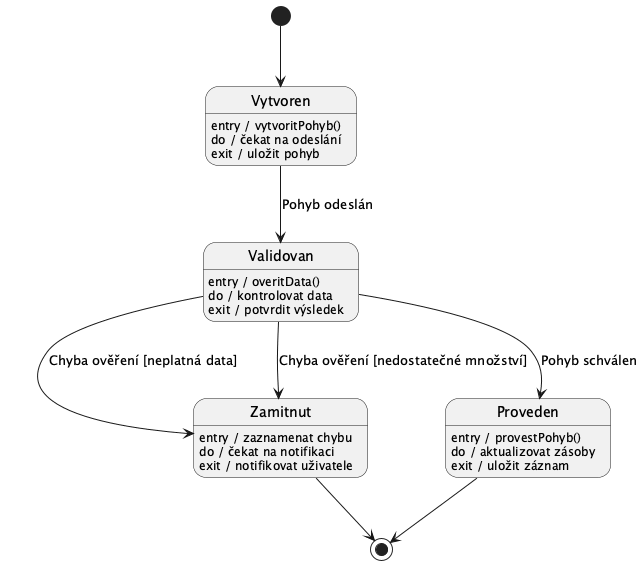
Above: docs/images/09_state_pohyb_skladu.png in lkvapil/kOdevzdaniProjektWMS (PlantUML), before the change. Its diagram source:
```plantuml
@startuml
top to bottom direction


[*] --> Vytvoren

Vytvoren : entry / vytvoritPohyb()
Vytvoren : do / čekat na odeslání
Vytvoren : exit / uložit pohyb
Vytvoren --> Validovan : Pohyb odeslán

Validovan : entry / overitData()
Validovan : do / kontrolovat data
Validovan : exit / potvrdit výsledek
Validovan --> Proveden  : Pohyb schválen
Validovan --> Zamitnut  : Chyba ověření [neplatná data]
Validovan --> Zamitnut  : Chyba ověření [nedostatečné množství]

Zamitnut : entry / zaznamenat chybu
Zamitnut : do / čekat na notifikaci
Zamitnut : exit / notifikovat uživatele

Proveden : entry / provestPohyb()
Proveden : do / aktualizovat zásoby
Proveden : exit / uložit záznam

Proveden --> [*]
Zamitnut --> [*]

@enduml
```
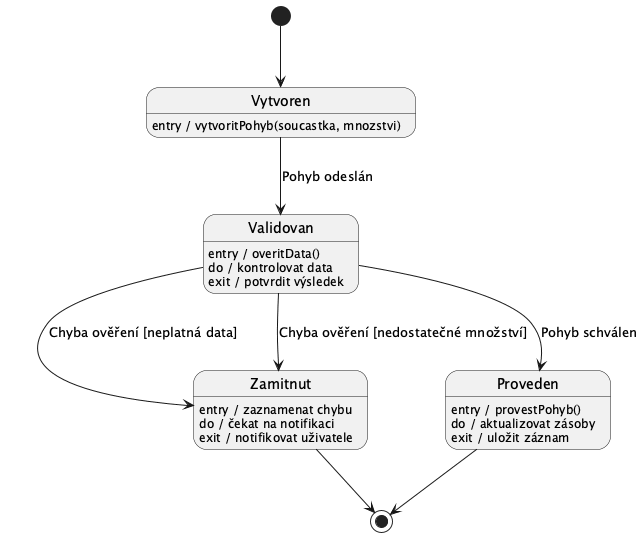
After the change.

The edit, as a diff of the source:
```diff
@@ -4,9 +4,7 @@
 
 [*] --> Vytvoren
 
-Vytvoren : entry / vytvoritPohyb()
-Vytvoren : do / čekat na odeslání
-Vytvoren : exit / uložit pohyb
+Vytvoren : entry / vytvoritPohyb(soucastka, mnozstvi)
 Vytvoren --> Validovan : Pohyb odeslán
 
 Validovan : entry / overitData()
```
